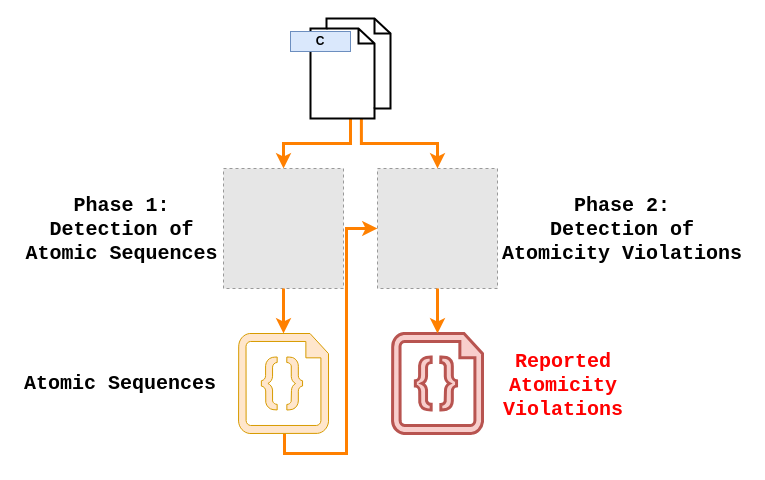
Before: img/analyser-proposal.drawio in harmim/vut-dip, a draw.io diagram. Source tidied: cells renumbered, new cells numbered last; positions are measured from the earlier drawing's top-left corner, leaving out a move shared by most shapes. Both pictures are drawn from the tidied source at 100%, with x=0, y=0 at pixel (17, 18). Pictures stored in the file or linked from it are replaced by grey dashed boxes.
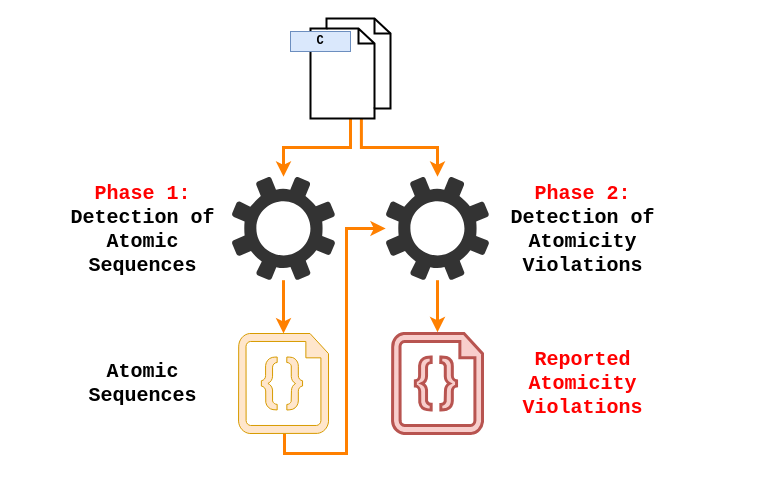
The same diagram, later.

The edit, as a diff of the source:
```diff
@@
 <mxGraphModel>
   <root>
     <mxCell id="0" />
     <mxCell id="1" parent="0" />
-    <mxCell id="2" style="edgeStyle=orthogonalEdgeStyle;rounded=0;jettySize=auto;html=1;fillColor=#fff2cc;strokeColor=#FF8000;strokeWidth=3;entryX=0.5;entryY=0;entryDx=0;entryDy=0;" parent="1" edge="1" source="10" target="3">
+    <mxCell id="2" style="edgeStyle=orthogonalEdgeStyle;rounded=0;jettySize=auto;html=1;fillColor=#fff2cc;strokeColor=#FF8000;strokeWidth=3;" parent="1" edge="1" source="10" target="17">
       <mxGeometry relative="1" as="geometry" />
     </mxCell>
-    <mxCell id="3" style="fillColor=#E6E6E6;strokeColor=#999999;dashed=1;html=1;verticalAlign=top;verticalLabelPosition=bottom;labelBackgroundColor=#ffffff;fontFamily=Courier New;fontSize=20;" parent="1" vertex="1">
-      <mxGeometry x="206" y="150" width="120" height="120" as="geometry" />
-    </mxCell>
-    <mxCell id="4" style="fillColor=#E6E6E6;strokeColor=#999999;dashed=1;html=1;verticalAlign=top;verticalLabelPosition=bottom;labelBackgroundColor=#ffffff;fontFamily=Courier New;fontSize=20;" parent="1" vertex="1">
-      <mxGeometry x="360" y="150" width="120" height="120" as="geometry" />
-    </mxCell>
-    <mxCell id="5" value="Phase 1:&lt;br&gt;Detection of Atomic Sequences&lt;br&gt;" style="text;html=1;strokeColor=none;fillColor=none;align=center;verticalAlign=middle;whiteSpace=wrap;rounded=0;fontSize=20;fontFamily=Courier New;fontStyle=1;" parent="1" vertex="1">
-      <mxGeometry x="6" y="182" width="197" height="57" as="geometry" />
+    <mxCell id="5" value="&lt;font color=&quot;#ff0000&quot;&gt;Phase 1:&lt;/font&gt;&lt;br&gt;Detection of Atomic Sequences" style="text;html=1;strokeColor=none;fillColor=none;align=center;verticalAlign=middle;whiteSpace=wrap;rounded=0;fontSize=20;fontFamily=Courier New;fontStyle=1;" parent="1" vertex="1">
+      <mxGeometry x="49" y="182" width="153" height="57" as="geometry" />
     </mxCell>
     <mxCell id="6" value="Atomic Sequences" style="text;html=1;strokeColor=none;fillColor=none;align=center;verticalAlign=middle;whiteSpace=wrap;rounded=0;fontSize=20;fontFamily=Courier New;fontStyle=1;" parent="1" vertex="1">
-      <mxGeometry y="355" width="206" height="20" as="geometry" />
+      <mxGeometry x="49" y="355" width="153" height="20" as="geometry" />
     </mxCell>
-    <mxCell id="7" style="edgeStyle=orthogonalEdgeStyle;rounded=0;jettySize=auto;html=1;fillColor=#fff2cc;strokeColor=#FF8000;strokeWidth=3;entryX=0.5;entryY=0;entryDx=0;entryDy=0;entryPerimeter=0;exitX=0.5;exitY=1;exitDx=0;exitDy=0;" parent="1" edge="1" source="3" target="16">
+    <mxCell id="7" style="edgeStyle=orthogonalEdgeStyle;rounded=0;jettySize=auto;html=1;fillColor=#fff2cc;strokeColor=#FF8000;strokeWidth=3;entryX=0.5;entryY=0;entryDx=0;entryDy=0;entryPerimeter=0;" parent="1" edge="1" source="17" target="16">
       <mxGeometry relative="1" as="geometry" />
     </mxCell>
-    <mxCell id="8" value="Phase 2:&lt;br&gt;Detection of Atomicity Violations&lt;br&gt;" style="text;html=1;strokeColor=none;fillColor=none;align=center;verticalAlign=middle;whiteSpace=wrap;rounded=0;fontSize=20;fontFamily=Courier New;fontStyle=1;" parent="1" vertex="1">
-      <mxGeometry x="479" y="182" width="252" height="57" as="geometry" />
+    <mxCell id="8" value="&lt;font color=&quot;#ff0000&quot;&gt;Phase 2:&lt;/font&gt;&lt;br&gt;Detection of Atomicity Violations" style="text;html=1;strokeColor=none;fillColor=none;align=center;verticalAlign=middle;whiteSpace=wrap;rounded=0;fontSize=20;fontFamily=Courier New;fontStyle=1;" parent="1" vertex="1">
+      <mxGeometry x="489" y="182" width="153" height="57" as="geometry" />
     </mxCell>
-    <mxCell id="9" style="edgeStyle=orthogonalEdgeStyle;rounded=0;jettySize=auto;html=1;fillColor=#fff2cc;strokeColor=#FF8000;strokeWidth=3;entryX=0.5;entryY=0;entryDx=0;entryDy=0;exitX=0.636;exitY=0.997;exitDx=0;exitDy=0;exitPerimeter=0;" parent="1" edge="1" source="10" target="4">
+    <mxCell id="9" style="edgeStyle=orthogonalEdgeStyle;rounded=0;jettySize=auto;html=1;fillColor=#fff2cc;strokeColor=#FF8000;strokeWidth=3;exitX=0.636;exitY=0.997;exitDx=0;exitDy=0;exitPerimeter=0;" parent="1" edge="1" source="10" target="18">
       <mxGeometry relative="1" as="geometry" />
     </mxCell>
     <mxCell id="10" style="html=1;verticalLabelPosition=bottom;align=center;labelBackgroundColor=#ffffff;verticalAlign=top;strokeWidth=2;shadow=0;dashed=0;shape=mxgraph.ios7.icons.documents;" parent="1" vertex="1">
       <mxGeometry x="293" width="80" height="100" as="geometry" />
     </mxCell>
-    <mxCell id="11" value="C" style="rounded=0;whiteSpace=wrap;html=1;fillColor=#dae8fc;strokeColor=#6c8ebf;fontStyle=1;" parent="1" vertex="1">
+    <mxCell id="11" value="C" style="rounded=0;whiteSpace=wrap;html=1;fillColor=#dae8fc;strokeColor=#6c8ebf;fontStyle=1;fontFamily=Courier New;" parent="1" vertex="1">
       <mxGeometry x="273" y="13" width="60" height="20" as="geometry" />
     </mxCell>
     <mxCell id="12" style="verticalLabelPosition=bottom;html=1;verticalAlign=top;align=center;shape=mxgraph.azure.code_file;strokeWidth=3;fillColor=#f8cecc;strokeColor=#b85450;fontStyle=0;" parent="1" vertex="1">
       <mxGeometry x="375" y="315" width="90" height="100" as="geometry" />
     </mxCell>
-    <mxCell id="13" style="edgeStyle=orthogonalEdgeStyle;rounded=0;jettySize=auto;html=1;fillColor=#fff2cc;strokeColor=#FF8000;strokeWidth=3;entryX=0.5;entryY=0;entryDx=0;entryDy=0;entryPerimeter=0;exitX=0.5;exitY=1;exitDx=0;exitDy=0;" parent="1" edge="1" source="4" target="12">
+    <mxCell id="13" style="edgeStyle=orthogonalEdgeStyle;rounded=0;jettySize=auto;html=1;fillColor=#fff2cc;strokeColor=#FF8000;strokeWidth=3;entryX=0.5;entryY=-0.013;entryDx=0;entryDy=0;entryPerimeter=0;" parent="1" edge="1" source="18" target="12">
       <mxGeometry relative="1" as="geometry" />
     </mxCell>
     <mxCell id="14" value="Reported Atomicity Violations" style="text;html=1;strokeColor=none;fillColor=none;align=center;verticalAlign=middle;whiteSpace=wrap;rounded=0;fontSize=20;fontFamily=Courier New;fontStyle=1;fontColor=#FF0000;" parent="1" vertex="1">
-      <mxGeometry x="476" y="334" width="140" height="65" as="geometry" />
+      <mxGeometry x="489" y="332.5" width="153" height="65" as="geometry" />
     </mxCell>
-    <mxCell id="15" style="edgeStyle=orthogonalEdgeStyle;rounded=0;jettySize=auto;html=1;fillColor=#fff2cc;strokeColor=#FF8000;strokeWidth=3;exitX=0.5;exitY=1;exitDx=0;exitDy=0;exitPerimeter=0;entryX=0;entryY=0.5;entryDx=0;entryDy=0;" parent="1" edge="1" source="16" target="4">
+    <mxCell id="15" style="edgeStyle=orthogonalEdgeStyle;rounded=0;jettySize=auto;html=1;fillColor=#fff2cc;strokeColor=#FF8000;strokeWidth=3;exitX=0.495;exitY=0.939;exitDx=0;exitDy=0;exitPerimeter=0;" parent="1" edge="1" source="16" target="18">
       <mxGeometry relative="1" as="geometry">
         <Array as="points">
-          <mxPoint x="267" y="415" />
+          <mxPoint x="267" y="409" />
           <mxPoint x="267" y="435" />
           <mxPoint x="329" y="435" />
           <mxPoint x="329" y="210" />
         </Array>
       </mxGeometry>
     </mxCell>
     <mxCell id="16" style="verticalLabelPosition=bottom;html=1;verticalAlign=top;align=center;shape=mxgraph.azure.code_file;strokeWidth=1;fillColor=#ffe6cc;strokeColor=#d79b00;" parent="1" vertex="1">
       <mxGeometry x="221" y="315" width="90" height="100" as="geometry" />
     </mxCell>
+    <mxCell id="17" style="shadow=0;dashed=0;html=1;strokeColor=none;labelPosition=center;verticalLabelPosition=bottom;verticalAlign=top;outlineConnect=0;align=center;shape=mxgraph.office.concepts.settings;fillColor=#333333;" parent="1" vertex="1">
+      <mxGeometry x="214.2" y="158.2" width="103.5" height="103.5" as="geometry" />
+    </mxCell>
+    <mxCell id="18" style="shadow=0;dashed=0;html=1;strokeColor=none;labelPosition=center;verticalLabelPosition=bottom;verticalAlign=top;outlineConnect=0;align=center;shape=mxgraph.office.concepts.settings;fillColor=#333333;" parent="1" vertex="1">
+      <mxGeometry x="368.2" y="158.2" width="103.5" height="103.5" as="geometry" />
+    </mxCell>
   </root>
 </mxGraphModel>
```
